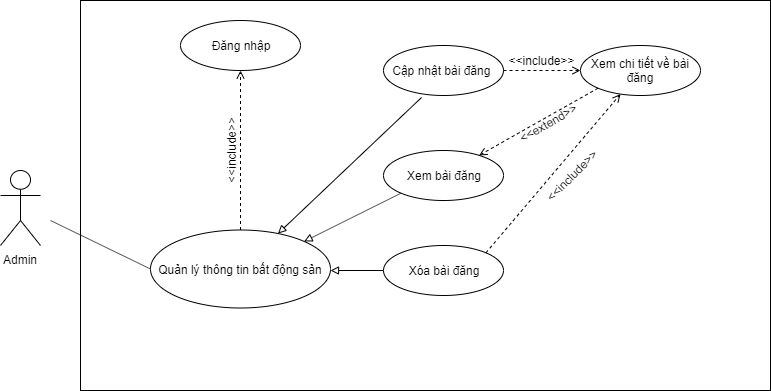
The draw.io diagram QLBDS.png in lecamit83/HTTT, before a commit. Source tidied: cells renumbered, new cells last; positions are measured from the earlier drawing's top-left corner, leaving out a move shared by most shapes.
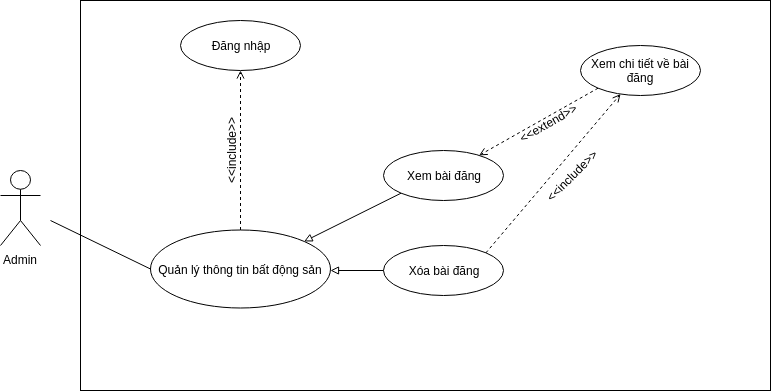
The same file after the commit.

What changed in the source:
```diff
@@ -11,9 +11,6 @@
     <mxCell id="4" value="Quản lý thông tin bất động sản" style="ellipse;whiteSpace=wrap;html=1;" parent="1" vertex="1">
       <mxGeometry x="150" y="229.5" width="180" height="78" as="geometry" />
     </mxCell>
-    <mxCell id="5" value="Cập nhật bài đăng&amp;nbsp;" style="ellipse;whiteSpace=wrap;html=1;" parent="1" vertex="1">
-      <mxGeometry x="383" y="45" width="120" height="50" as="geometry" />
-    </mxCell>
     <mxCell id="6" style="endArrow=none;html=1;entryX=0;entryY=0.5;entryDx=0;entryDy=0;" parent="1" edge="1" target="4">
       <mxGeometry relative="1" as="geometry">
         <mxPoint x="50" y="220" as="sourcePoint" />
@@ -28,9 +25,6 @@
     <mxCell id="9" value="Đăng nhập" style="ellipse;whiteSpace=wrap;html=1;" parent="1" vertex="1">
       <mxGeometry x="180" y="20" width="120" height="50" as="geometry" />
     </mxCell>
-    <mxCell id="10" style="endArrow=block;html=1;endFill=0;exitX=0.317;exitY=1.04;exitDx=0;exitDy=0;exitPerimeter=0;" parent="1" edge="1" source="5" target="4">
-      <mxGeometry relative="1" as="geometry" />
-    </mxCell>
     <mxCell id="11" value="Xem bài đăng" style="ellipse;whiteSpace=wrap;html=1;" parent="1" vertex="1">
       <mxGeometry x="383" y="150" width="120" height="50" as="geometry" />
     </mxCell>
@@ -46,12 +40,6 @@
     <mxCell id="15" value="&amp;lt;&amp;lt;extend&amp;gt;&amp;gt;" style="text;html=1;strokeColor=none;fillColor=none;align=center;verticalAlign=middle;whiteSpace=wrap;rounded=0;rotation=-30;" parent="1" vertex="1">
       <mxGeometry x="503" y="112.5" width="88" height="20" as="geometry" />
     </mxCell>
-    <mxCell id="16" style="endArrow=open;dashed=1;html=1;endFill=0;exitX=1;exitY=0.5;exitDx=0;exitDy=0;entryX=0;entryY=0.5;entryDx=0;entryDy=0;" parent="1" edge="1" source="5" target="13">
-      <mxGeometry relative="1" as="geometry" />
-    </mxCell>
-    <mxCell id="17" value="&amp;lt;&amp;lt;include&amp;gt;&amp;gt;" style="text;html=1;strokeColor=none;fillColor=none;align=center;verticalAlign=middle;whiteSpace=wrap;rounded=0;rotation=0;" parent="1" vertex="1">
-      <mxGeometry x="521.5" y="50" width="40" height="20" as="geometry" />
-    </mxCell>
     <mxCell id="18" value="Xóa bài đăng" style="ellipse;whiteSpace=wrap;html=1;" parent="1" vertex="1">
       <mxGeometry x="383" y="245" width="120" height="50" as="geometry" />
     </mxCell>
```
